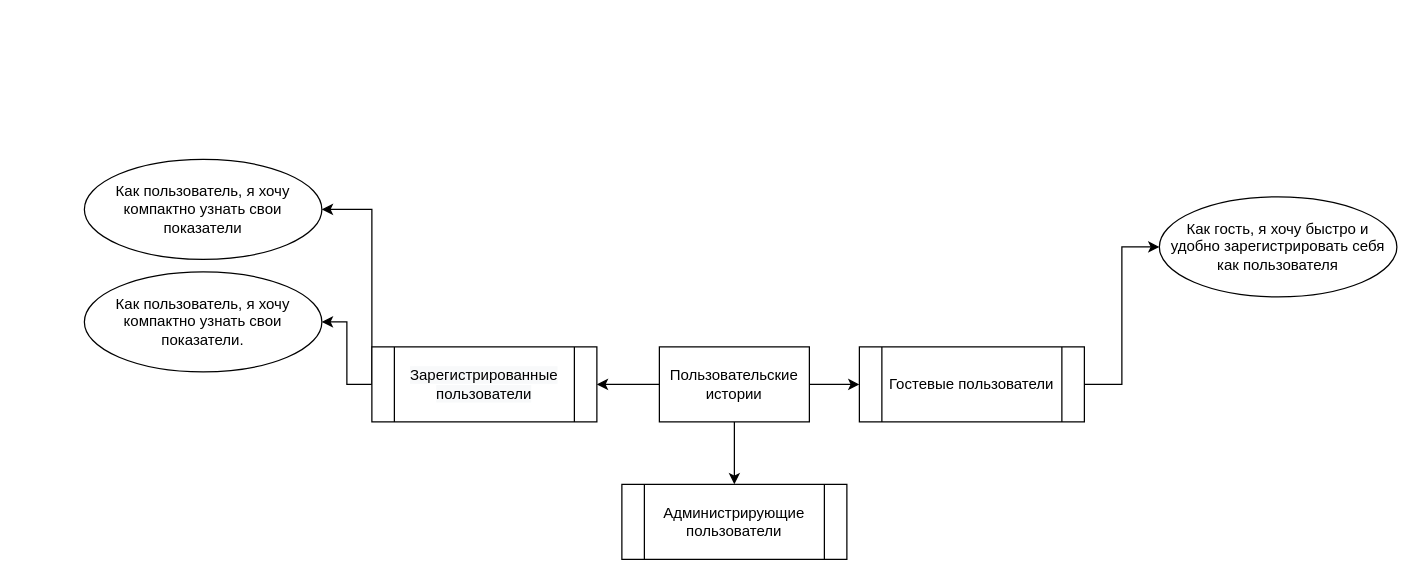
Above: Диаграммы/User Stories.drawio in Lolos322/bookoflife (draw.io), before the change. Source tidied: cells renumbered, new cells numbered last; positions are measured from the earlier drawing's top-left corner, leaving out a move shared by most shapes. Both pictures are drawn from the tidied source at 125%, with x=0, y=0 at pixel (84, 159).
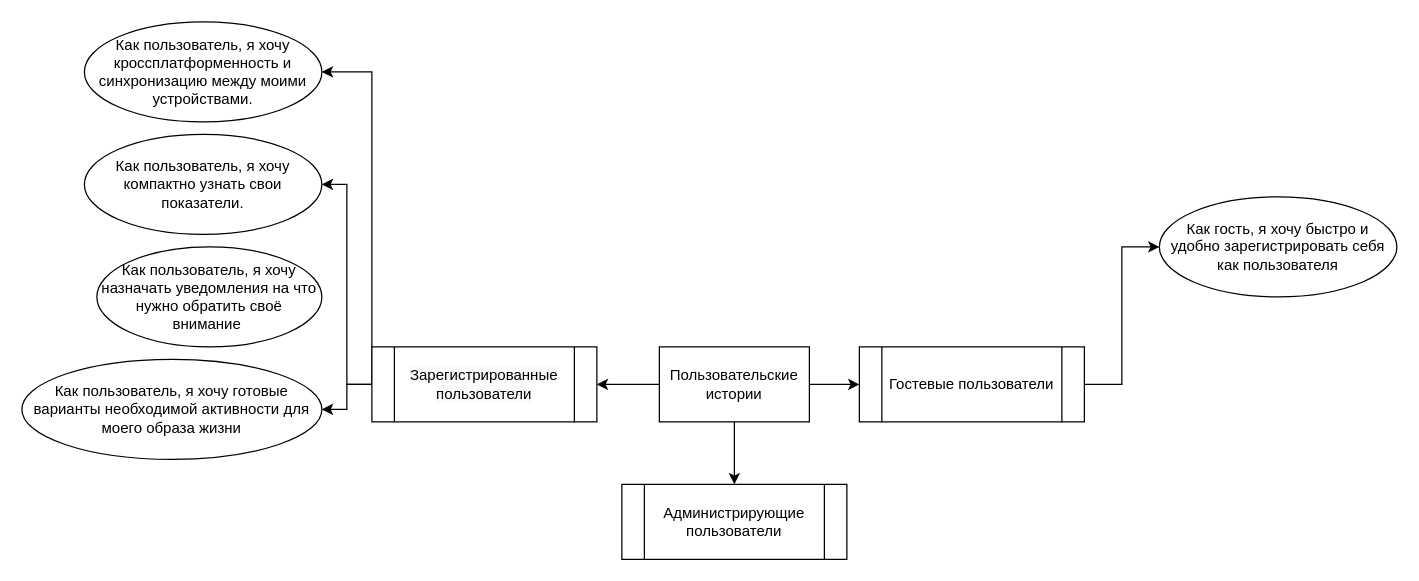
The same diagram, later.

Change to the diagram source:
```diff
@@
 <mxGraphModel>
   <root>
     <mxCell id="0" />
     <mxCell id="1" parent="0" />
     <mxCell id="2" style="edgeStyle=orthogonalEdgeStyle;rounded=0;jettySize=auto;html=1;exitX=0;exitY=0.5;exitDx=0;exitDy=0;entryX=1;entryY=0.5;entryDx=0;entryDy=0;" parent="1" edge="1" source="5" target="11">
       <mxGeometry relative="1" as="geometry" />
     </mxCell>
     <mxCell id="3" style="edgeStyle=orthogonalEdgeStyle;rounded=0;jettySize=auto;html=1;exitX=0.5;exitY=1;exitDx=0;exitDy=0;" parent="1" edge="1" source="5" target="14">
       <mxGeometry relative="1" as="geometry" />
     </mxCell>
     <mxCell id="4" style="edgeStyle=orthogonalEdgeStyle;rounded=0;jettySize=auto;html=1;exitX=1;exitY=0.5;exitDx=0;exitDy=0;" parent="1" edge="1" source="5" target="13">
       <mxGeometry relative="1" as="geometry" />
     </mxCell>
     <mxCell id="5" value="Пользовательские истории" style="rounded=0;whiteSpace=wrap;html=1;" parent="1" vertex="1">
       <mxGeometry x="460" y="150" width="120" height="60" as="geometry" />
     </mxCell>
-    <mxCell id="6" value="Как пользователь, я хочу компактно узнать свои показатели" style="ellipse;whiteSpace=wrap;html=1;" parent="1" vertex="1">
-      <mxGeometry width="190" height="80" as="geometry" />
+    <mxCell id="6" value="Как пользователь, я хочу кроссплатформенность и синхронизацию между моими устройствами." style="ellipse;whiteSpace=wrap;html=1;" parent="1" vertex="1">
+      <mxGeometry y="-110" width="190" height="80" as="geometry" />
     </mxCell>
     <mxCell id="7" value="Как пользователь, я хочу компактно узнать свои показатели." style="ellipse;whiteSpace=wrap;html=1;" parent="1" vertex="1">
-      <mxGeometry y="90" width="190" height="80" as="geometry" />
+      <mxGeometry y="-20" width="190" height="80" as="geometry" />
     </mxCell>
     <mxCell id="8" value="Как гость, я хочу быстро и удобно зарегистрировать себя как пользователя" style="ellipse;whiteSpace=wrap;html=1;" parent="1" vertex="1">
       <mxGeometry x="860" y="30" width="190" height="80" as="geometry" />
     </mxCell>
     <mxCell id="9" style="edgeStyle=orthogonalEdgeStyle;rounded=0;jettySize=auto;html=1;exitX=0;exitY=0.5;exitDx=0;exitDy=0;" parent="1" edge="1" source="11" target="6">
       <mxGeometry relative="1" as="geometry">
         <Array as="points">
-          <mxPoint x="230" y="40" />
+          <mxPoint x="230" y="-70" />
         </Array>
       </mxGeometry>
     </mxCell>
     <mxCell id="10" style="edgeStyle=orthogonalEdgeStyle;rounded=0;jettySize=auto;html=1;exitX=0;exitY=0.5;exitDx=0;exitDy=0;entryX=1;entryY=0.5;entryDx=0;entryDy=0;" parent="1" edge="1" source="11" target="7">
       <mxGeometry relative="1" as="geometry" />
     </mxCell>
+    <mxCell id="15" style="edgeStyle=orthogonalEdgeStyle;rounded=0;jettySize=auto;html=1;exitX=0;exitY=0.5;exitDx=0;exitDy=0;" parent="1" edge="1" source="11" target="17">
+      <mxGeometry relative="1" as="geometry" />
+    </mxCell>
     <mxCell id="11" value="&#10;&lt;br style=&quot;color: rgb(0, 0, 0); font-family: Helvetica; font-size: 12px; font-style: normal; font-variant-ligatures: normal; font-variant-caps: normal; font-weight: 400; letter-spacing: normal; orphans: 2; text-align: center; text-indent: 0px; text-transform: none; widows: 2; word-spacing: 0px; -webkit-text-stroke-width: 0px; background-color: rgb(248, 249, 250); text-decoration-thickness: initial; text-decoration-style: initial; text-decoration-color: initial;&quot;&gt;&lt;span style=&quot;color: rgb(0, 0, 0); font-family: Helvetica; font-size: 12px; font-style: normal; font-variant-ligatures: normal; font-variant-caps: normal; font-weight: 400; letter-spacing: normal; orphans: 2; text-align: center; text-indent: 0px; text-transform: none; widows: 2; word-spacing: 0px; -webkit-text-stroke-width: 0px; text-decoration-thickness: initial; text-decoration-style: initial; text-decoration-color: initial; background-color: rgb(248, 249, 250); float: none; display: inline !important;&quot;&gt;Зарегистрированные&lt;br&gt;пользователи&lt;/span&gt;&#10;&#10;" style="shape=process;whiteSpace=wrap;html=1;backgroundOutline=1;" parent="1" vertex="1">
       <mxGeometry x="230" y="150" width="180" height="60" as="geometry" />
     </mxCell>
     <mxCell id="12" style="edgeStyle=orthogonalEdgeStyle;rounded=0;jettySize=auto;html=1;exitX=1;exitY=0.5;exitDx=0;exitDy=0;entryX=0;entryY=0.5;entryDx=0;entryDy=0;" parent="1" edge="1" source="13" target="8">
       <mxGeometry relative="1" as="geometry" />
     </mxCell>
     <mxCell id="13" value="Гостевые пользователи" style="shape=process;whiteSpace=wrap;html=1;backgroundOutline=1;" parent="1" vertex="1">
       <mxGeometry x="620" y="150" width="180" height="60" as="geometry" />
     </mxCell>
     <mxCell id="14" value="Администрирующие пользователи" style="shape=process;whiteSpace=wrap;html=1;backgroundOutline=1;" parent="1" vertex="1">
       <mxGeometry x="430" y="260" width="180" height="60" as="geometry" />
     </mxCell>
+    <mxCell id="16" value="Как пользователь, я&amp;nbsp;хочу назначать уведомления на что нужно обратить своё внимание&amp;nbsp;" style="ellipse;whiteSpace=wrap;html=1;" parent="1" vertex="1">
+      <mxGeometry x="10" y="70" width="180" height="80" as="geometry" />
+    </mxCell>
+    <mxCell id="17" value="Как пользователь, я хочу готовые варианты необходимой активности для моего образа жизни" style="ellipse;whiteSpace=wrap;html=1;" parent="1" vertex="1">
+      <mxGeometry x="-50" y="160" width="240" height="80" as="geometry" />
+    </mxCell>
   </root>
 </mxGraphModel>
```
